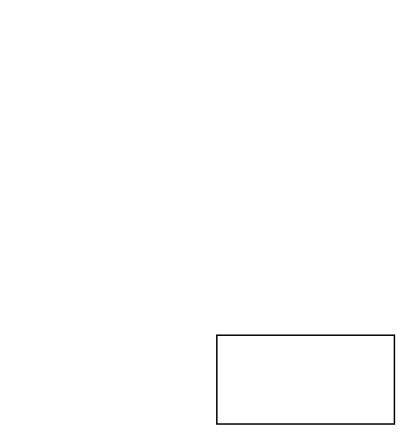
The draw.io diagram Linux Basics for Hackers.drawio in naveed-a-sattar/linuxForHackers, before the edit. Source tidied: cells renumbered, new cells numbered last; positions are measured from the earlier drawing's top-left corner, leaving out a move shared by most shapes. Both pictures are drawn from the tidied source at 148%, with x=0, y=0 at pixel (216, 334).
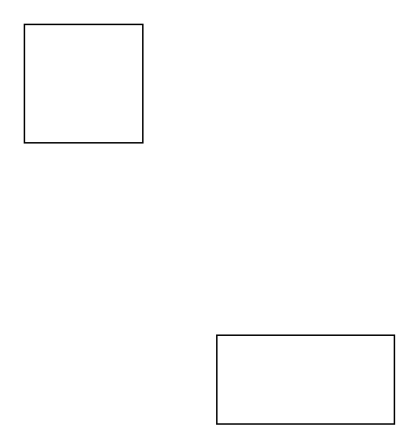
Above is the later version.

The edit, as a diff of the source:
```diff
@@
 <mxGraphModel>
   <root>
     <mxCell id="0" />
     <mxCell id="1" parent="0" />
     <mxCell id="2" style="rounded=0;whiteSpace=wrap;html=1;" parent="1" vertex="1">
       <mxGeometry width="120" height="60" as="geometry" />
     </mxCell>
+    <mxCell id="3" style="whiteSpace=wrap;html=1;" parent="1" vertex="1">
+      <mxGeometry x="-130" y="-210" width="80" height="80" as="geometry" />
+    </mxCell>
   </root>
 </mxGraphModel>
```
